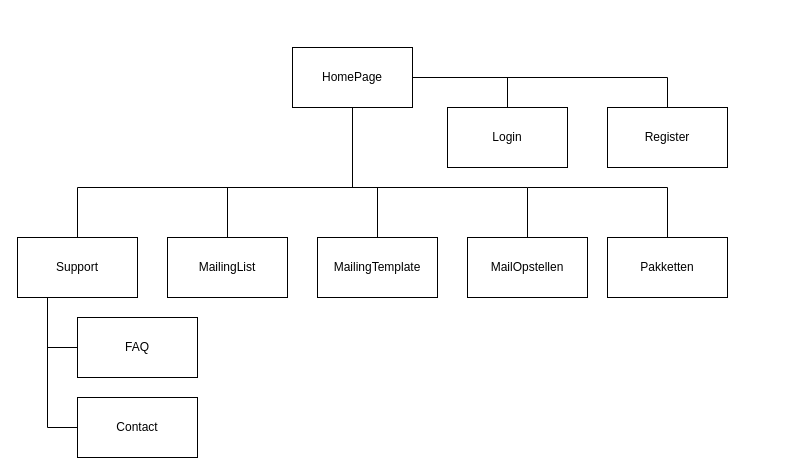
Above: documentation/SiteMap.drawio in jack-jadoenath/MassaMailer (draw.io), before the change. Source tidied: cells renumbered, new cells numbered last; positions are measured from the earlier drawing's top-left corner, leaving out a move shared by most shapes. Both pictures are drawn from the tidied source at 100%, with x=0, y=0 at pixel (17, 47).
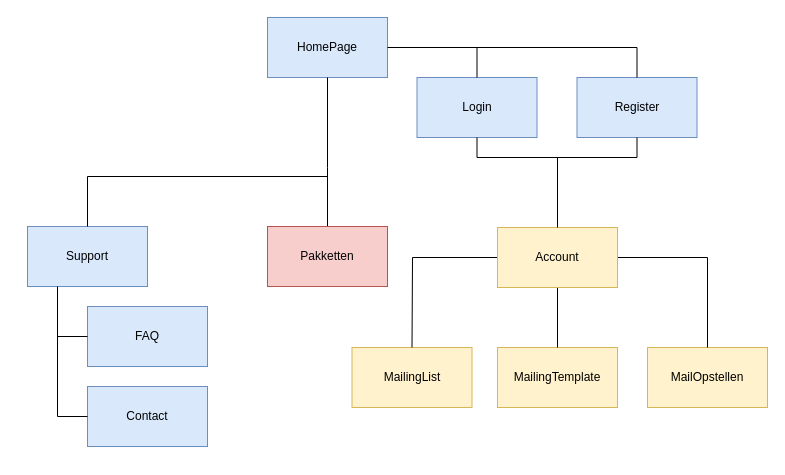
Above is the later version.

Diff of the diagram source:
```diff
@@
-    <mxCell id="2" value="&lt;div&gt;HomePage&lt;/div&gt;" style="rounded=0;whiteSpace=wrap;html=1;" parent="1" vertex="1">
-      <mxGeometry x="275" width="120" height="60" as="geometry" />
+    <mxCell id="2" value="&lt;div&gt;HomePage&lt;/div&gt;" style="rounded=0;whiteSpace=wrap;html=1;fillColor=#dae8fc;strokeColor=#6c8ebf;" parent="1" vertex="1">
+      <mxGeometry x="250" y="-30" width="120" height="60" as="geometry" />
     </mxCell>
-    <mxCell id="3" value="Login" style="rounded=0;whiteSpace=wrap;html=1;" parent="1" vertex="1">
-      <mxGeometry x="430" y="60" width="120" height="60" as="geometry" />
+    <mxCell id="3" value="Login" style="rounded=0;whiteSpace=wrap;html=1;fillColor=#dae8fc;strokeColor=#6c8ebf;" parent="1" vertex="1">
+      <mxGeometry x="399.5" y="30" width="120" height="60" as="geometry" />
     </mxCell>
-    <mxCell id="4" value="Register" style="rounded=0;whiteSpace=wrap;html=1;" parent="1" vertex="1">
-      <mxGeometry x="590" y="60" width="120" height="60" as="geometry" />
+    <mxCell id="4" value="Register" style="rounded=0;whiteSpace=wrap;html=1;fillColor=#dae8fc;strokeColor=#6c8ebf;" parent="1" vertex="1">
+      <mxGeometry x="559.5" y="30" width="120" height="60" as="geometry" />
     </mxCell>
     <mxCell id="5" style="endArrow=none;html=1;entryX=1;entryY=0.5;entryDx=0;entryDy=0;" parent="1" edge="1" target="2">
       <mxGeometry relative="1" as="geometry">
-        <mxPoint x="650" y="30" as="sourcePoint" />
+        <mxPoint x="619.5" as="sourcePoint" />
       </mxGeometry>
     </mxCell>
     <mxCell id="6" style="endArrow=none;html=1;entryX=0.5;entryY=0;entryDx=0;entryDy=0;" parent="1" edge="1">
       <mxGeometry relative="1" as="geometry">
-        <mxPoint x="490" y="30" as="sourcePoint" />
-        <mxPoint x="490" y="60" as="targetPoint" />
+        <mxPoint x="459.5" as="sourcePoint" />
+        <mxPoint x="459.5" y="30" as="targetPoint" />
       </mxGeometry>
     </mxCell>
     <mxCell id="7" style="endArrow=none;html=1;entryX=0.5;entryY=0;entryDx=0;entryDy=0;" parent="1" edge="1">
       <mxGeometry relative="1" as="geometry">
-        <mxPoint x="650" y="30" as="sourcePoint" />
-        <mxPoint x="650" y="60" as="targetPoint" />
+        <mxPoint x="619.5" as="sourcePoint" />
+        <mxPoint x="619.5" y="30" as="targetPoint" />
       </mxGeometry>
     </mxCell>
-    <mxCell id="8" value="&lt;div&gt;Support&lt;/div&gt;" style="rounded=0;whiteSpace=wrap;html=1;" parent="1" vertex="1">
-      <mxGeometry y="190" width="120" height="60" as="geometry" />
+    <mxCell id="8" value="&lt;div&gt;Support&lt;/div&gt;" style="rounded=0;whiteSpace=wrap;html=1;fillColor=#dae8fc;strokeColor=#6c8ebf;" parent="1" vertex="1">
+      <mxGeometry x="10" y="179" width="120" height="60" as="geometry" />
     </mxCell>
-    <mxCell id="9" value="&lt;div&gt;FAQ&lt;/div&gt;" style="rounded=0;whiteSpace=wrap;html=1;" parent="1" vertex="1">
-      <mxGeometry x="60" y="270" width="120" height="60" as="geometry" />
+    <mxCell id="9" value="&lt;div&gt;FAQ&lt;/div&gt;" style="rounded=0;whiteSpace=wrap;html=1;fillColor=#dae8fc;strokeColor=#6c8ebf;" parent="1" vertex="1">
+      <mxGeometry x="70" y="259" width="120" height="60" as="geometry" />
     </mxCell>
-    <mxCell id="10" value="&lt;div&gt;Contact&lt;/div&gt;" style="rounded=0;whiteSpace=wrap;html=1;" parent="1" vertex="1">
-      <mxGeometry x="60" y="350" width="120" height="60" as="geometry" />
+    <mxCell id="10" value="&lt;div&gt;Contact&lt;/div&gt;" style="rounded=0;whiteSpace=wrap;html=1;fillColor=#dae8fc;strokeColor=#6c8ebf;" parent="1" vertex="1">
+      <mxGeometry x="70" y="339" width="120" height="60" as="geometry" />
     </mxCell>
     <mxCell id="11" style="endArrow=none;html=1;entryX=0.25;entryY=1;entryDx=0;entryDy=0;" parent="1" edge="1" target="8">
       <mxGeometry relative="1" as="geometry">
-        <mxPoint x="30" y="380" as="sourcePoint" />
+        <mxPoint x="40" y="369" as="sourcePoint" />
       </mxGeometry>
     </mxCell>
     <mxCell id="12" style="endArrow=none;html=1;entryX=0;entryY=0.5;entryDx=0;entryDy=0;" parent="1" edge="1" target="9">
       <mxGeometry relative="1" as="geometry">
-        <mxPoint x="30" y="300" as="sourcePoint" />
+        <mxPoint x="40" y="289" as="sourcePoint" />
       </mxGeometry>
     </mxCell>
     <mxCell id="13" style="endArrow=none;html=1;entryX=0;entryY=0.5;entryDx=0;entryDy=0;" parent="1" edge="1" target="10">
       <mxGeometry relative="1" as="geometry">
-        <mxPoint x="30" y="380" as="sourcePoint" />
+        <mxPoint x="40" y="369" as="sourcePoint" />
       </mxGeometry>
     </mxCell>
-    <mxCell id="14" value="&lt;div&gt;MailingList&lt;/div&gt;" style="rounded=0;whiteSpace=wrap;html=1;" parent="1" vertex="1">
-      <mxGeometry x="150" y="190" width="120" height="60" as="geometry" />
+    <mxCell id="14" value="&lt;div&gt;MailingList&lt;/div&gt;" style="rounded=0;whiteSpace=wrap;html=1;fillColor=#fff2cc;strokeColor=#d6b656;" parent="1" vertex="1">
+      <mxGeometry x="334.5" y="300" width="120" height="60" as="geometry" />
     </mxCell>
     <mxCell id="15" style="endArrow=none;html=1;entryX=0.5;entryY=1;entryDx=0;entryDy=0;" parent="1" edge="1" target="2">
       <mxGeometry relative="1" as="geometry">
-        <mxPoint x="335" y="140" as="sourcePoint" />
+        <mxPoint x="310" y="120" as="sourcePoint" />
       </mxGeometry>
     </mxCell>
-    <mxCell id="16" value="&lt;div&gt;MailingTemplate&lt;/div&gt;" style="rounded=0;whiteSpace=wrap;html=1;" parent="1" vertex="1">
-      <mxGeometry x="300" y="190" width="120" height="60" as="geometry" />
+    <mxCell id="16" value="&lt;div&gt;MailingTemplate&lt;/div&gt;" style="rounded=0;whiteSpace=wrap;html=1;fillColor=#fff2cc;strokeColor=#d6b656;" parent="1" vertex="1">
+      <mxGeometry x="480" y="300" width="120" height="60" as="geometry" />
     </mxCell>
     <mxCell id="17" style="endArrow=none;html=1;" parent="1" edge="1">
       <mxGeometry relative="1" as="geometry">
-        <mxPoint x="60" y="140" as="sourcePoint" />
-        <mxPoint x="510" y="140" as="targetPoint" />
+        <mxPoint x="70" y="129" as="sourcePoint" />
+        <mxPoint x="310" y="129" as="targetPoint" />
       </mxGeometry>
     </mxCell>
     <mxCell id="18" style="endArrow=none;html=1;entryX=0.5;entryY=0;entryDx=0;entryDy=0;" parent="1" edge="1" target="8">
       <mxGeometry relative="1" as="geometry">
-        <mxPoint x="60" y="140" as="sourcePoint" />
+        <mxPoint x="70" y="129" as="sourcePoint" />
       </mxGeometry>
     </mxCell>
-    <mxCell id="19" style="endArrow=none;html=1;exitX=0.5;exitY=0;exitDx=0;exitDy=0;" parent="1" edge="1" source="14">
+    <mxCell id="19" style="endArrow=none;html=1;exitX=0.5;exitY=0;exitDx=0;exitDy=0;entryX=0;entryY=0.5;entryDx=0;entryDy=0;rounded=0;" parent="1" edge="1" source="14" target="27">
       <mxGeometry relative="1" as="geometry">
-        <mxPoint x="210" y="140" as="targetPoint" />
+        <Array as="points">
+          <mxPoint x="395" y="210" />
+        </Array>
       </mxGeometry>
     </mxCell>
-    <mxCell id="20" style="endArrow=none;html=1;entryX=0.5;entryY=0;entryDx=0;entryDy=0;" parent="1" edge="1" target="16">
-      <mxGeometry relative="1" as="geometry">
-        <mxPoint x="360" y="140" as="sourcePoint" />
-      </mxGeometry>
+    <mxCell id="20" style="endArrow=none;html=1;entryX=0.5;entryY=0;entryDx=0;entryDy=0;exitX=0.5;exitY=1;exitDx=0;exitDy=0;" parent="1" edge="1" source="27" target="16">
+      <mxGeometry relative="1" as="geometry" />
     </mxCell>
-    <mxCell id="21" value="&lt;div&gt;MailOpstellen&lt;/div&gt;" style="rounded=0;whiteSpace=wrap;html=1;" parent="1" vertex="1">
-      <mxGeometry x="450" y="190" width="120" height="60" as="geometry" />
+    <mxCell id="21" value="&lt;div&gt;MailOpstellen&lt;/div&gt;" style="rounded=0;whiteSpace=wrap;html=1;fillColor=#fff2cc;strokeColor=#d6b656;" parent="1" vertex="1">
+      <mxGeometry x="630" y="300" width="120" height="60" as="geometry" />
     </mxCell>
-    <mxCell id="22" style="endArrow=none;html=1;" parent="1" edge="1" source="21">
+    <mxCell id="22" style="endArrow=none;html=1;entryX=1;entryY=0.5;entryDx=0;entryDy=0;rounded=0;" parent="1" edge="1" source="21" target="27">
       <mxGeometry relative="1" as="geometry">
-        <mxPoint x="510" y="140" as="targetPoint" />
+        <Array as="points">
+          <mxPoint x="690" y="210" />
+        </Array>
       </mxGeometry>
     </mxCell>
-    <mxCell id="23" style="endArrow=none;html=1;rounded=0;" parent="1" edge="1" target="24">
+    <mxCell id="23" style="endArrow=none;html=1;rounded=0;entryX=0.5;entryY=0;entryDx=0;entryDy=0;" parent="1" edge="1" target="24">
       <mxGeometry relative="1" as="geometry">
-        <mxPoint x="510" y="140" as="sourcePoint" />
-        <Array as="points">
-          <mxPoint x="650" y="140" />
-        </Array>
+        <mxPoint x="310" y="120" as="sourcePoint" />
       </mxGeometry>
     </mxCell>
-    <mxCell id="24" value="Pakketten" style="rounded=0;whiteSpace=wrap;html=1;" parent="1" vertex="1">
-      <mxGeometry x="590" y="190" width="120" height="60" as="geometry" />
+    <mxCell id="24" value="Pakketten" style="rounded=0;whiteSpace=wrap;html=1;fillColor=#f8cecc;strokeColor=#b85450;" parent="1" vertex="1">
+      <mxGeometry x="250" y="179" width="120" height="60" as="geometry" />
     </mxCell>
+    <mxCell id="25" style="endArrow=none;html=1;entryX=0.5;entryY=1;entryDx=0;entryDy=0;rounded=0;" parent="1" edge="1" target="3">
+      <mxGeometry relative="1" as="geometry">
+        <mxPoint x="619.5" y="110" as="sourcePoint" />
+        <Array as="points">
+          <mxPoint x="459.5" y="110" />
+        </Array>
+      </mxGeometry>
+    </mxCell>
+    <mxCell id="26" style="endArrow=none;html=1;" parent="1" edge="1">
+      <mxGeometry relative="1" as="geometry">
+        <mxPoint x="619.5" y="110" as="sourcePoint" />
+        <mxPoint x="619.5" y="90" as="targetPoint" />
+      </mxGeometry>
+    </mxCell>
+    <mxCell id="27" value="&lt;div&gt;Account&lt;/div&gt;" style="rounded=0;whiteSpace=wrap;html=1;fillColor=#fff2cc;strokeColor=#d6b656;" parent="1" vertex="1">
+      <mxGeometry x="480" y="180" width="120" height="60" as="geometry" />
+    </mxCell>
+    <mxCell id="28" style="endArrow=none;html=1;exitX=0.5;exitY=0;exitDx=0;exitDy=0;" parent="1" edge="1" source="27">
+      <mxGeometry relative="1" as="geometry">
+        <mxPoint x="540" y="110" as="targetPoint" />
+      </mxGeometry>
+    </mxCell>
```
